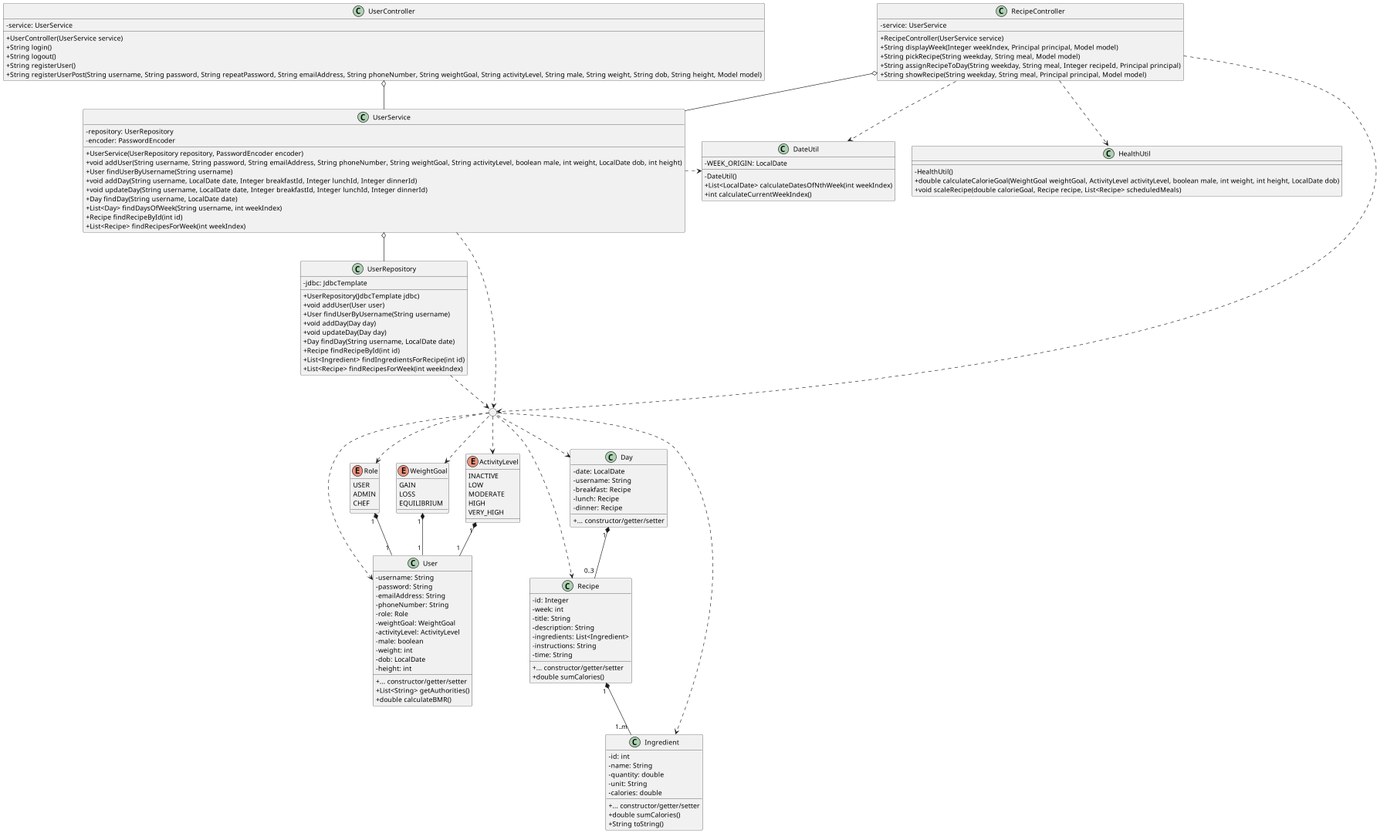
Earlier version of the PlantUML export diagram/class-diagram.png (sofush/kostplan).
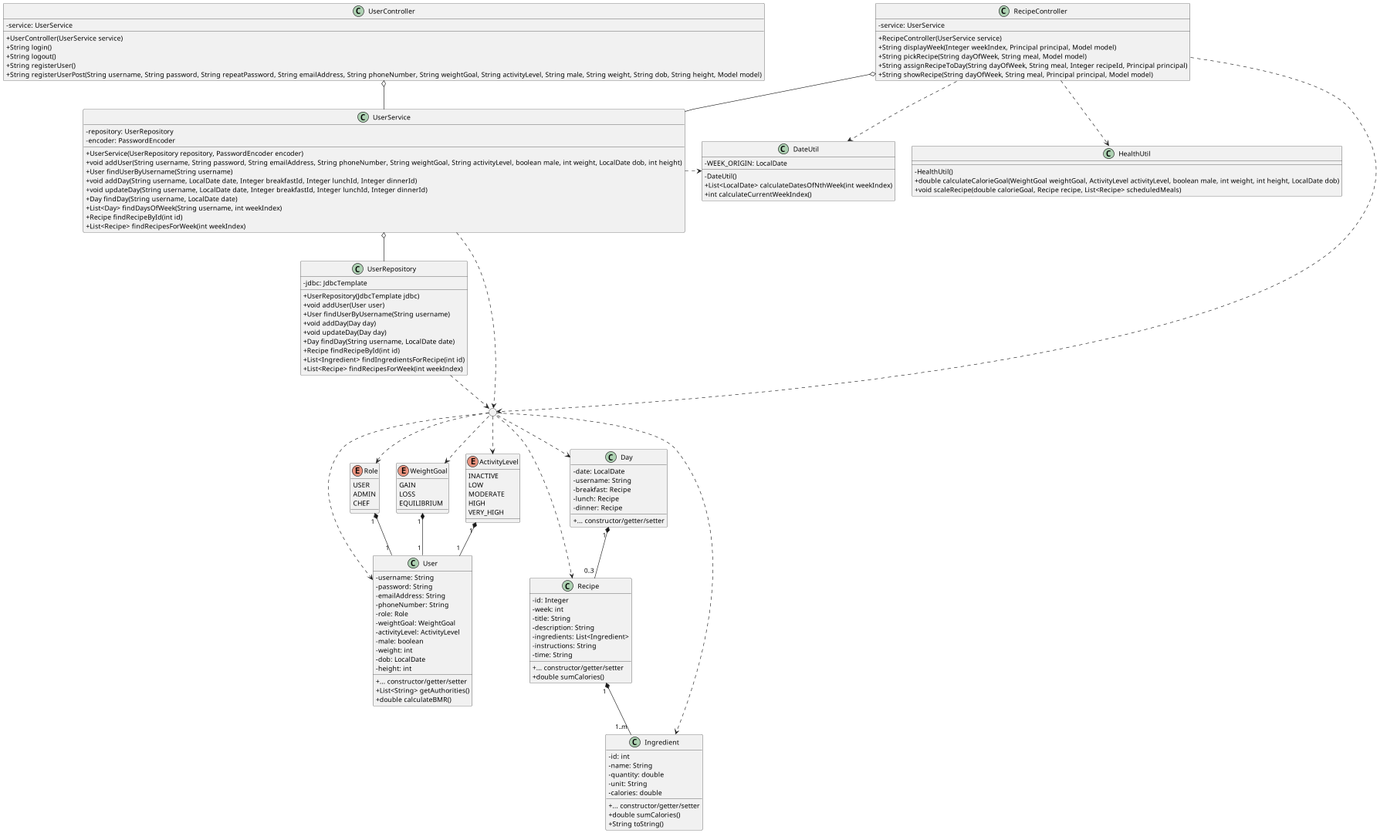
Later version of the same file.

Commit message:
refactor: search and replace "weekday" with "dayOfWeek"

What changed in the source:
```diff
@@ -75,9 +75,9 @@
 	- service: UserService
 	+ RecipeController(UserService service)
 	+ String displayWeek(Integer weekIndex, Principal principal, Model model)
-	+ String pickRecipe(String weekday, String meal, Model model)
-	+ String assignRecipeToDay(String weekday, String meal, Integer recipeId, Principal principal)
-	+ String showRecipe(String weekday, String meal, Principal principal, Model model)
+	+ String pickRecipe(String dayOfWeek, String meal, Model model)
+	+ String assignRecipeToDay(String dayOfWeek, String meal, Integer recipeId, Principal principal)
+	+ String showRecipe(String dayOfWeek, String meal, Principal principal, Model model)
 }
 class UserService {
 	- repository: UserRepository
```
